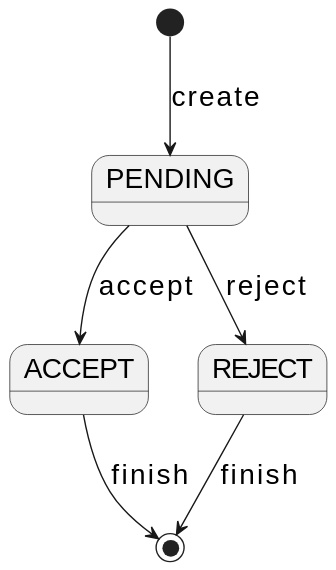
miseEnPlace-dev/lapr4 keeps this PlantUML diagram as docs/sprint-c/us41-4003/out/US4003_STATE.svg. Above is the earlier version. Its diagram source:
```plantuml
@startuml
skinparamlocked defaultFontSize 20

[*] --> PENDING : create

PENDING --> ACCEPT : accept
PENDING --> REJECT : reject

ACCEPT --> [*] : finish
REJECT --> [*] : finish
@enduml
```
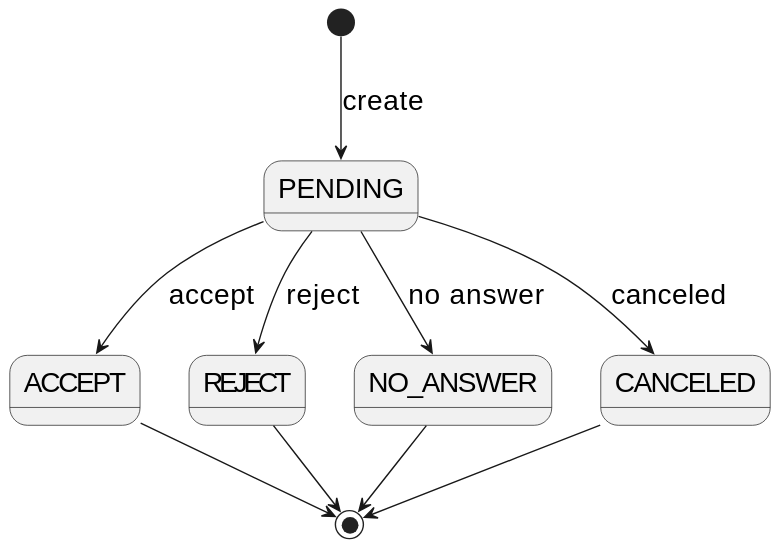
Later version of the same file.

What changed in the source:
```diff
@@ -5,7 +5,11 @@
 
 PENDING --> ACCEPT : accept
 PENDING --> REJECT : reject
+PENDING --> NO_ANSWER : no answer
+PENDING --> CANCELED : canceled
 
-ACCEPT --> [*] : finish
-REJECT --> [*] : finish
+ACCEPT --> [*]
+REJECT --> [*]
+NO_ANSWER --> [*]
+CANCELED --> [*]
 @enduml
```
